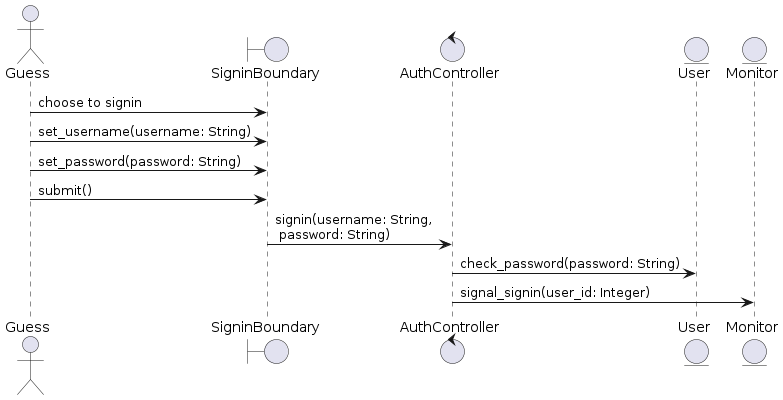
The PlantUML diagram docs/UML/Sequence Diagrams/sign-in.png in LapTQ/MCT, before a commit. Its diagram source:
```plantuml
@startuml

actor Guess as A
boundary SigninBoundary as B
control AuthController as C
entity User
entity Monitor


A -> B: choose to signin
A -> B: set_username(username: String)
A -> B: set_password(password: String)
A -> B: submit()
B -> C: signin(username: String, \n password: String)
C -> User: check_password(password: String)
C -> Monitor: signal_signin(user_id: Integer)

@enduml
```
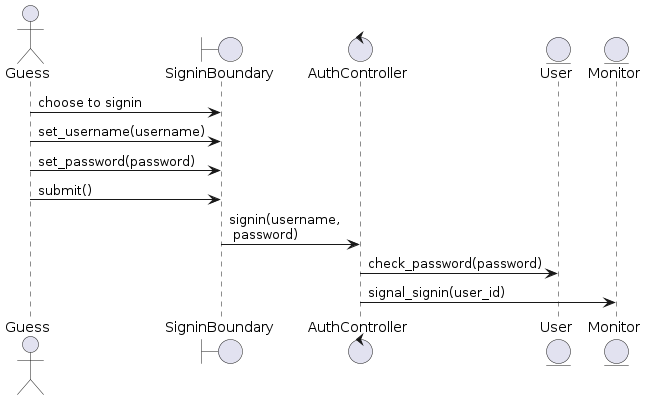
Above is the later version.

The edit, as a diff of the source:
```diff
@@ -8,11 +8,11 @@
 
 
 A -> B: choose to signin
-A -> B: set_username(username: String)
-A -> B: set_password(password: String)
+A -> B: set_username(username)
+A -> B: set_password(password)
 A -> B: submit()
-B -> C: signin(username: String, \n password: String)
-C -> User: check_password(password: String)
-C -> Monitor: signal_signin(user_id: Integer)
+B -> C: signin(username, \n password)
+C -> User: check_password(password)
+C -> Monitor: signal_signin(user_id)
 
 @enduml
```
